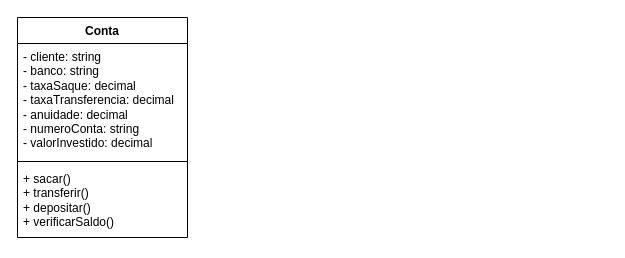
Earlier version of the draw.io diagram Classes Abstratas - POO.drawio (IamArthurGama/OOP-Abstract-Classes). Source tidied: cells renumbered, new cells numbered last; positions are measured from the earlier drawing's top-left corner, leaving out a move shared by most shapes. Both pictures are drawn from the tidied source at 100%, with x=0, y=0 at pixel (17, 17).
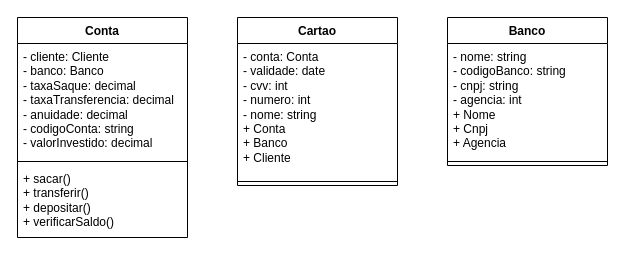
The same diagram, later.

The edit, as a diff of the source:
```diff
@@
 <mxGraphModel>
   <root>
     <mxCell id="0" />
     <mxCell id="1" parent="0" />
     <mxCell id="2" value="Conta" style="swimlane;fontStyle=1;align=center;verticalAlign=top;horizontal=1;startSize=26;whiteSpace=wrap;html=1;" parent="1" vertex="1">
       <mxGeometry width="170" height="220" as="geometry" />
     </mxCell>
-    <mxCell id="3" value="- cliente: string&lt;div&gt;- banco: string&lt;/div&gt;&lt;div&gt;- taxaSaque: decimal&lt;/div&gt;&lt;div&gt;- taxaTransferencia: decimal&lt;/div&gt;&lt;div&gt;- anuidade: decimal&lt;/div&gt;&lt;div&gt;- numeroConta: string&lt;/div&gt;&lt;div&gt;- valorInvestido: decimal&lt;/div&gt;" style="text;strokeColor=none;fillColor=none;align=left;verticalAlign=top;spacingLeft=4;spacingRight=4;overflow=hidden;whiteSpace=wrap;html=1;" parent="2" vertex="1">
+    <mxCell id="3" value="- cliente: Cliente&lt;div&gt;- banco: Banco&lt;/div&gt;&lt;div&gt;- taxaSaque: decimal&lt;/div&gt;&lt;div&gt;- taxaTransferencia: decimal&lt;/div&gt;&lt;div&gt;- anuidade: decimal&lt;/div&gt;&lt;div&gt;- codigoConta: string&lt;/div&gt;&lt;div&gt;- valorInvestido: decimal&lt;/div&gt;" style="text;strokeColor=none;fillColor=none;align=left;verticalAlign=top;spacingLeft=4;spacingRight=4;overflow=hidden;whiteSpace=wrap;html=1;" parent="2" vertex="1">
       <mxGeometry y="26" width="170" height="114" as="geometry" />
     </mxCell>
     <mxCell id="4" style="line;strokeWidth=1;fillColor=none;align=left;verticalAlign=middle;spacingTop=-1;spacingLeft=3;spacingRight=3;labelPosition=right;strokeColor=inherit;" parent="2" vertex="1">
       <mxGeometry y="140" width="170" height="8" as="geometry" />
     </mxCell>
     <mxCell id="5" value="+ sacar()&lt;div&gt;+ transferir()&lt;/div&gt;&lt;div&gt;+ depositar()&lt;/div&gt;&lt;div&gt;+ verificarSaldo()&lt;/div&gt;" style="text;strokeColor=none;fillColor=none;align=left;verticalAlign=top;spacingLeft=4;spacingRight=4;overflow=hidden;whiteSpace=wrap;html=1;" parent="2" vertex="1">
       <mxGeometry y="148" width="170" height="72" as="geometry" />
     </mxCell>
+    <mxCell id="6" value="Cartao" style="swimlane;fontStyle=1;align=center;verticalAlign=top;horizontal=1;startSize=26;whiteSpace=wrap;html=1;" parent="1" vertex="1">
+      <mxGeometry x="220" width="160" height="168" as="geometry" />
+    </mxCell>
+    <mxCell id="7" value="- conta: Conta&lt;div&gt;&lt;div&gt;- validade: date&lt;/div&gt;&lt;div&gt;- cvv: int&lt;/div&gt;&lt;div&gt;- numero: int&lt;/div&gt;&lt;div&gt;- nome: string&lt;/div&gt;&lt;div&gt;+ Conta&lt;/div&gt;&lt;div&gt;+ Banco&lt;/div&gt;&lt;div&gt;+ Cliente&lt;/div&gt;&lt;div&gt;&lt;br&gt;&lt;/div&gt;&lt;/div&gt;" style="text;strokeColor=none;fillColor=none;align=left;verticalAlign=top;spacingLeft=4;spacingRight=4;overflow=hidden;whiteSpace=wrap;html=1;" parent="6" vertex="1">
+      <mxGeometry y="26" width="160" height="134" as="geometry" />
+    </mxCell>
+    <mxCell id="8" style="line;strokeWidth=1;fillColor=none;align=left;verticalAlign=middle;spacingTop=-1;spacingLeft=3;spacingRight=3;labelPosition=right;strokeColor=inherit;" parent="6" vertex="1">
+      <mxGeometry y="160" width="160" height="8" as="geometry" />
+    </mxCell>
+    <mxCell id="9" value="Banco" style="swimlane;fontStyle=1;align=center;verticalAlign=top;horizontal=1;startSize=26;whiteSpace=wrap;html=1;" parent="1" vertex="1">
+      <mxGeometry x="430" width="160" height="148" as="geometry" />
+    </mxCell>
+    <mxCell id="10" value="- nome: string&lt;div&gt;- codigoBanco: string&lt;/div&gt;&lt;div&gt;- cnpj: string&lt;/div&gt;&lt;div&gt;- agencia: int&lt;/div&gt;&lt;div&gt;+ Nome&lt;/div&gt;&lt;div&gt;+ Cnpj&lt;/div&gt;&lt;div&gt;+ Agencia&lt;/div&gt;" style="text;strokeColor=none;fillColor=none;align=left;verticalAlign=top;spacingLeft=4;spacingRight=4;overflow=hidden;whiteSpace=wrap;html=1;" parent="9" vertex="1">
+      <mxGeometry y="26" width="160" height="114" as="geometry" />
+    </mxCell>
+    <mxCell id="11" style="line;strokeWidth=1;fillColor=none;align=left;verticalAlign=middle;spacingTop=-1;spacingLeft=3;spacingRight=3;labelPosition=right;strokeColor=inherit;" parent="9" vertex="1">
+      <mxGeometry y="140" width="160" height="8" as="geometry" />
+    </mxCell>
   </root>
 </mxGraphModel>
```
